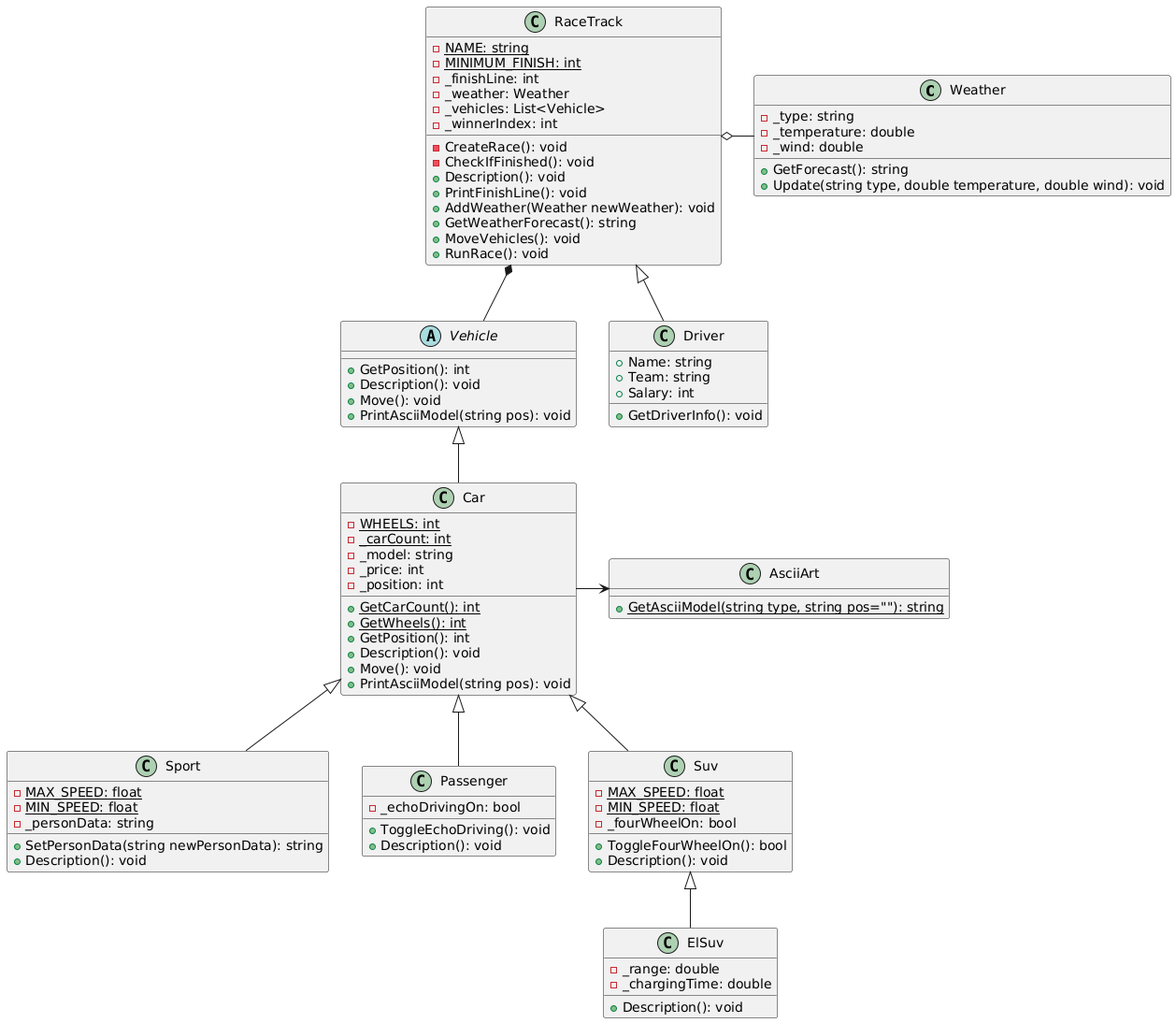
Earlier version of the PlantUML export src/assets/img/ooguide/classdiagramRaceTrackProperty.png (bth-csharp/website). Its diagram source:
```plantuml
@startuml
class Weather
{
    - _type: string
    - _temperature: double
    - _wind: double

    + GetForecast(): string
    + Update(string type, double temperature, double wind): void
}

class Sport
{
    - {static} MAX_SPEED: float
    - {static} MIN_SPEED: float
    - _personData: string

    + SetPersonData(string newPersonData): string
    + Description(): void
}

class Passenger
{
    - _echoDrivingOn: bool

    + ToggleEchoDriving(): void
    + Description(): void
}

class Suv
{
    - {static} MAX_SPEED: float
    - {static} MIN_SPEED: float
    - _fourWheelOn: bool

    + ToggleFourWheelOn(): bool
    + Description(): void
}

class Car
{
    - {static} WHEELS: int
    - {static} _carCount: int
    - _model: string
    - _price: int
    - _position: int

    + {static} GetCarCount(): int
    + {static} GetWheels(): int
    + GetPosition(): int
    + Description(): void
    + Move(): void
    + PrintAsciiModel(string pos): void
}


Car <|-- Passenger
Car <|-- Sport
Car <|-- Suv

class ElSuv
{
    - _range: double
    - _chargingTime: double
    + Description(): void
}

Suv <|-- ElSuv

abstract class Vehicle
{
    + GetPosition(): int
    + Description(): void
    + Move(): void
    + PrintAsciiModel(string pos): void
}

Vehicle <|-- Car

class AsciiArt
{
    + {static} GetAsciiModel(string type, string pos=""): string
}

class RaceTrack
{
    - {static} NAME: string
    - {static} MINIMUM_FINISH: int
    - _finishLine: int
    - _weather: Weather
    - _vehicles: List<Vehicle>
    - _winnerIndex: int

    - CreateRace(): void
    - CheckIfFinished(): void
    + Description(): void
    + PrintFinishLine(): void
    + AddWeather(Weather newWeather): void
    + GetWeatherForecast(): string
    + MoveVehicles(): void
    + RunRace(): void
}

RaceTrack o- Weather
RaceTrack *-- Vehicle
Car -> AsciiArt

class Driver
{
    + Name: string
    + Team: string
    + Salary: int

    + GetDriverInfo(): void
}

RaceTrack <|-- Driver
@enduml
```
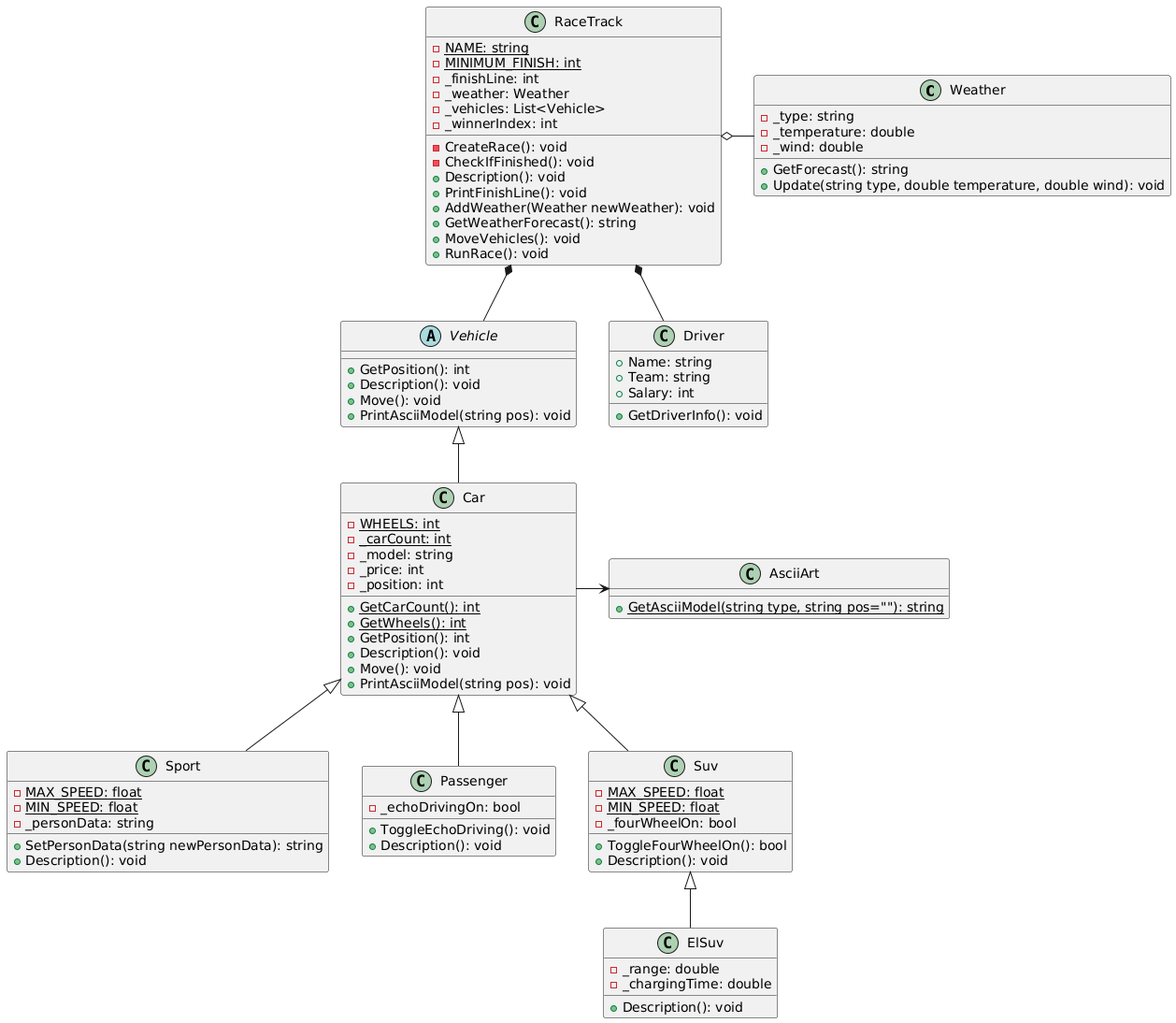
The same diagram one commit later.

Diff of the diagram source:
```diff
@@ -114,5 +114,5 @@
     + GetDriverInfo(): void
 }
 
-RaceTrack <|-- Driver
+RaceTrack *-- Driver
 @enduml
```
